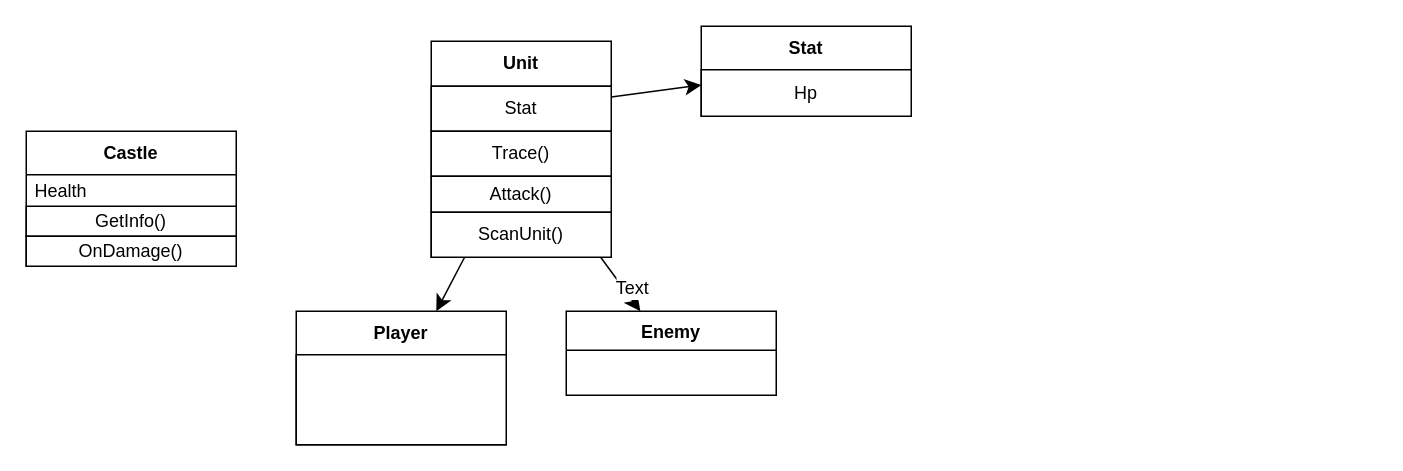
Before: GameDiagram.drawio in coverfrog/Castle_Deffense_Diagram, a draw.io diagram. Source tidied: cells renumbered, new cells numbered last; positions are measured from the earlier drawing's top-left corner, leaving out a move shared by most shapes. Both pictures are drawn from the tidied source at 150%, with x=0, y=0 at pixel (26, 26).
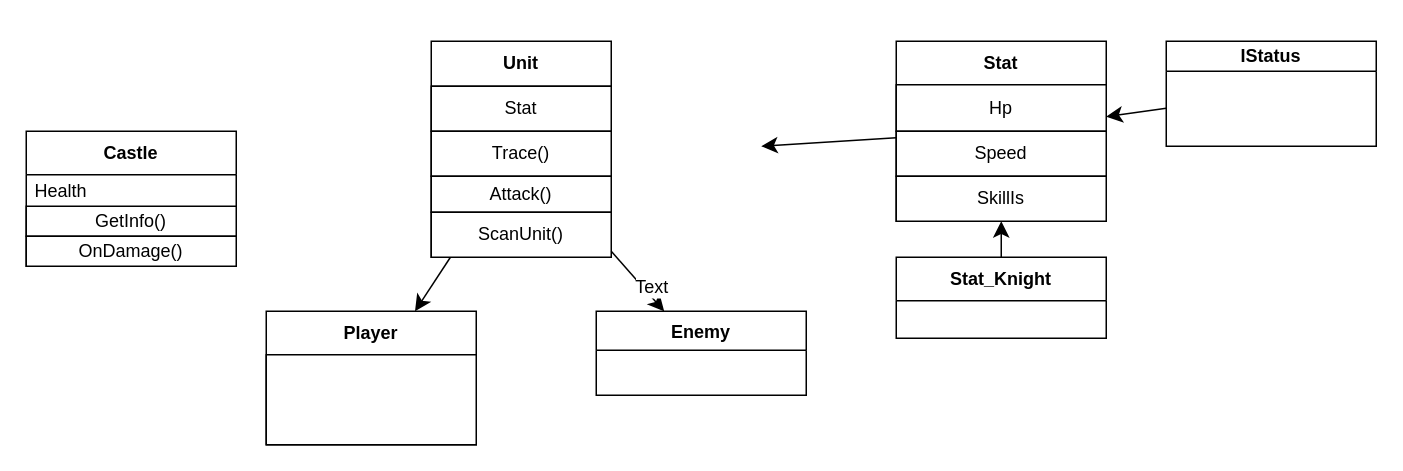
The same page after the edit.

Unchanged cells that the change refers to:
```xml
<mxCell id="9" value="Stat" style="whiteSpace=wrap;html=1;" parent="8" vertex="1">
  <mxGeometry y="30" width="120" height="30" as="geometry" />
</mxCell>
```

Diff of the diagram source:
```diff
@@
     <mxCell id="6" value="Enemy" style="swimlane;fontStyle=1;align=center;verticalAlign=top;horizontal=1;startSize=26;whiteSpace=wrap;html=1;" parent="1" vertex="1">
-      <mxGeometry x="360" y="190" width="140" height="56" as="geometry" />
+      <mxGeometry x="380" y="190" width="140" height="56" as="geometry" />
     </mxCell>
@@
     <mxCell id="15" value="Player" style="swimlane;fontStyle=1;align=center;verticalAlign=middle;horizontal=1;startSize=29;html=1;whiteSpace=wrap;" parent="1" vertex="1">
-      <mxGeometry x="180" y="190" width="140" height="89" as="geometry" />
+      <mxGeometry x="160" y="190" width="140" height="89" as="geometry" />
     </mxCell>
@@
+    <mxCell id="20" style="edgeStyle=none;curved=1;rounded=0;jettySize=auto;html=1;fontSize=12;startSize=8;endSize=8;" parent="1" edge="1" source="17">
+      <mxGeometry relative="1" as="geometry">
+        <mxPoint x="490" y="80" as="targetPoint" />
+      </mxGeometry>
+    </mxCell>
     <mxCell id="17" value="Stat" style="swimlane;fontStyle=1;align=center;verticalAlign=middle;horizontal=1;startSize=29;html=1;whiteSpace=wrap;" parent="1" vertex="1">
-      <mxGeometry x="450" width="140" height="60" as="geometry" />
+      <mxGeometry x="580" y="10" width="140" height="120" as="geometry" />
     </mxCell>
@@
-    <mxCell id="19" style="edgeStyle=none;curved=1;rounded=0;jettySize=auto;html=1;fontSize=12;startSize=8;endSize=8;" parent="1" edge="1" source="9" target="17">
-      <mxGeometry relative="1" as="geometry" />
-    </mxCell>
+    <mxCell id="21" value="Speed" style="whiteSpace=wrap;html=1;" parent="17" vertex="1">
+      <mxGeometry y="60" width="140" height="30" as="geometry" />
+    </mxCell>
+    <mxCell id="22" value="SkillIs" style="whiteSpace=wrap;html=1;" parent="17" vertex="1">
+      <mxGeometry y="90" width="140" height="30" as="geometry" />
+    </mxCell>
+    <mxCell id="23" style="edgeStyle=none;curved=1;rounded=0;jettySize=auto;html=1;fontSize=12;startSize=8;endSize=8;" parent="1" edge="1" source="24" target="17">
+      <mxGeometry relative="1" as="geometry" />
+    </mxCell>
+    <mxCell id="24" value="IStatus" style="swimlane;fontStyle=1;align=center;verticalAlign=middle;horizontal=1;startSize=20;html=1;whiteSpace=wrap;" parent="1" vertex="1">
+      <mxGeometry x="760" y="10" width="140" height="70" as="geometry" />
+    </mxCell>
+    <mxCell id="25" style="edgeStyle=none;curved=1;rounded=0;jettySize=auto;html=1;fontSize=12;startSize=8;endSize=8;" parent="1" edge="1" source="26" target="17">
+      <mxGeometry relative="1" as="geometry" />
+    </mxCell>
+    <mxCell id="26" value="Stat_Knight" style="swimlane;fontStyle=1;align=center;verticalAlign=middle;horizontal=1;startSize=29;html=1;whiteSpace=wrap;" parent="1" vertex="1">
+      <mxGeometry x="580" y="154" width="140" height="54" as="geometry" />
+    </mxCell>
```
